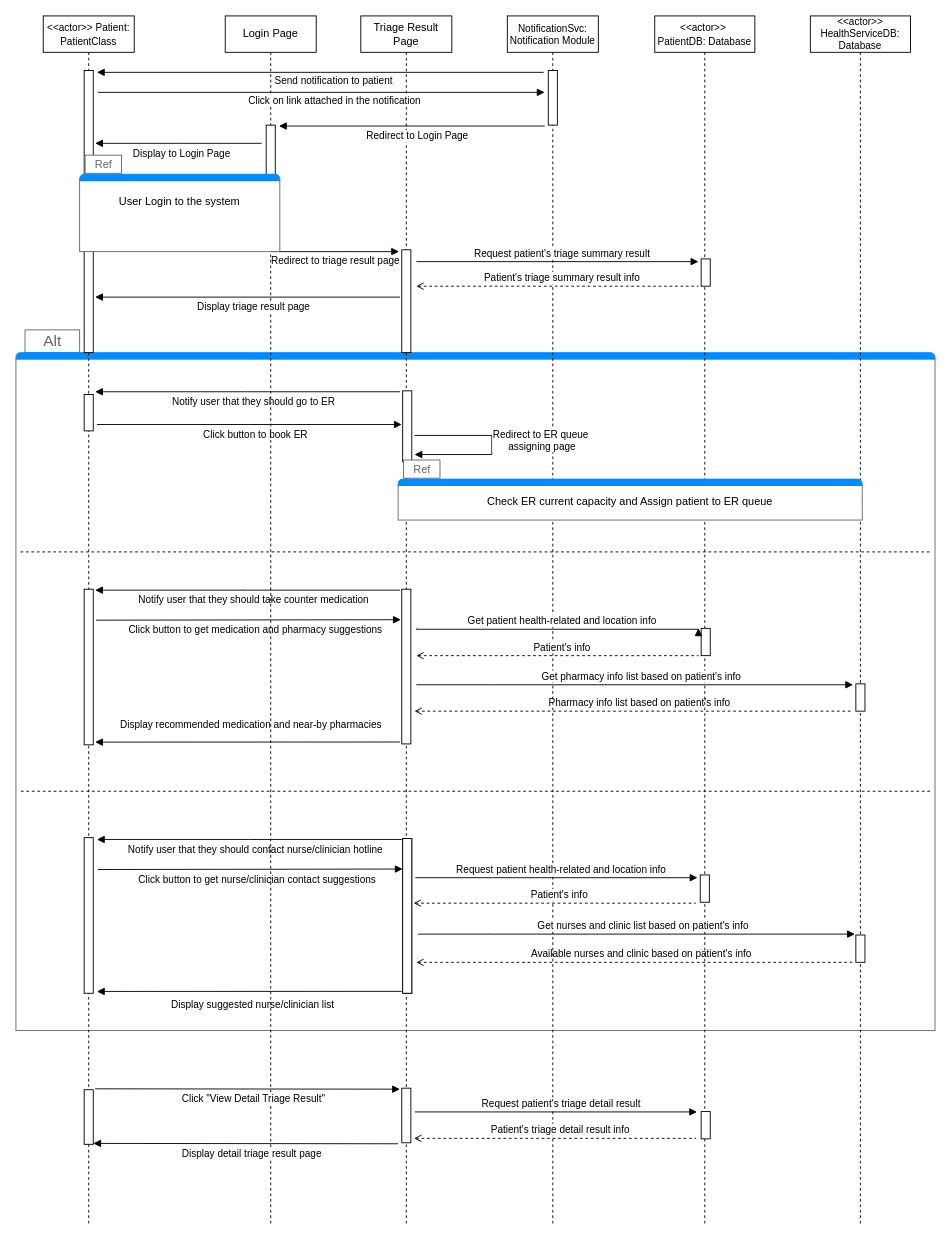
uvic-teach/project-m1-team8 keeps this draw.io diagram as Usecases/notify_sequence_diagrram.drawio. Above is the earlier version. Source tidied: cells renumbered, new cells numbered last; positions are measured from the earlier drawing's top-left corner, leaving out a move shared by most shapes. Both pictures are drawn from the tidied source at 91%, with x=0, y=0 at pixel (15, 15).
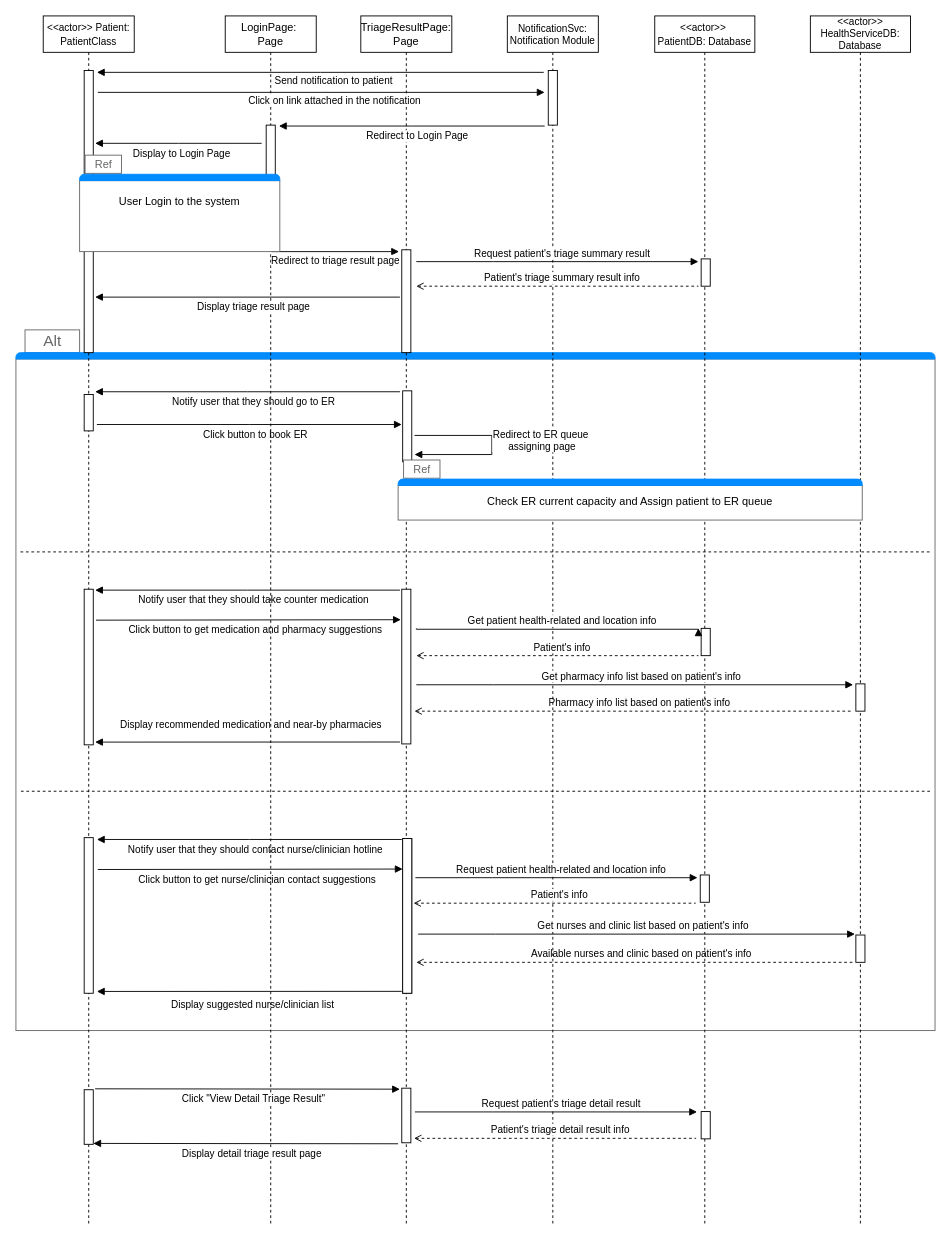
Above is the later version.

The edit, as a diff of the source:
```diff
@@
-    <mxCell id="26" value="Login Page" style="shape=umlLifeline;perimeter=lifelinePerimeter;whiteSpace=wrap;html=1;newEdgeStyle={&quot;edgeStyle&quot;:&quot;elbowEdgeStyle&quot;,&quot;elbow&quot;:&quot;vertical&quot;,&quot;curved&quot;:0,&quot;rounded&quot;:0};" parent="1" vertex="1">
+    <mxCell id="26" value="&lt;div&gt;LoginPage:&amp;nbsp;&lt;/div&gt;&lt;div&gt;Page&lt;/div&gt;" style="shape=umlLifeline;perimeter=lifelinePerimeter;whiteSpace=wrap;html=1;newEdgeStyle={&quot;edgeStyle&quot;:&quot;elbowEdgeStyle&quot;,&quot;elbow&quot;:&quot;vertical&quot;,&quot;curved&quot;:0,&quot;rounded&quot;:0};" parent="1" vertex="1">
       <mxGeometry x="230" width="100" height="1330" as="geometry" />
     </mxCell>
@@
-    <mxCell id="44" value="Triage Result Page" style="shape=umlLifeline;perimeter=lifelinePerimeter;whiteSpace=wrap;html=1;newEdgeStyle={&quot;edgeStyle&quot;:&quot;elbowEdgeStyle&quot;,&quot;elbow&quot;:&quot;vertical&quot;,&quot;curved&quot;:0,&quot;rounded&quot;:0};" parent="1" vertex="1">
+    <mxCell id="44" value="TriageResultPage: Page" style="shape=umlLifeline;perimeter=lifelinePerimeter;whiteSpace=wrap;html=1;newEdgeStyle={&quot;edgeStyle&quot;:&quot;elbowEdgeStyle&quot;,&quot;elbow&quot;:&quot;vertical&quot;,&quot;curved&quot;:0,&quot;rounded&quot;:0};" parent="1" vertex="1">
       <mxGeometry x="379" width="100" height="1330" as="geometry" />
     </mxCell>
```
